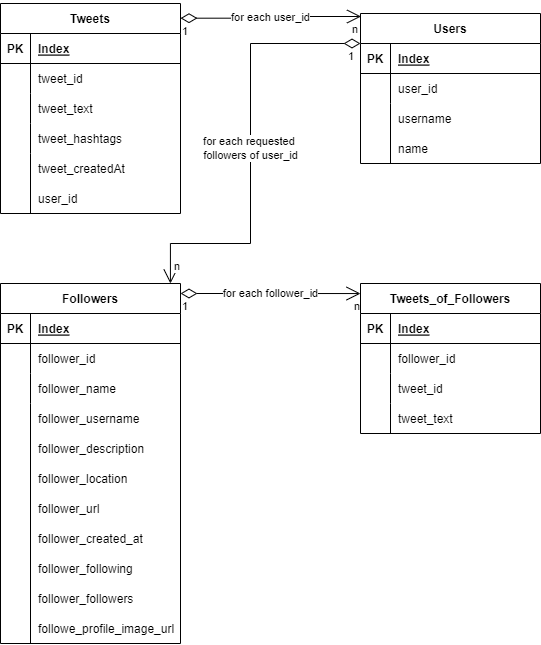
Earlier version of the draw.io export docs/DataStructures/DataStructures.png (danielgruber99/TwitterDataAnalysis). Source tidied: cells renumbered, new cells last; positions are measured from the earlier drawing's top-left corner, leaving out a move shared by most shapes. The source it was exported from:
```xml
<mxGraphModel>
  <root>
    <mxCell id="0" />
    <mxCell id="1" parent="0" />
    <mxCell id="2" value="Tweets" style="shape=table;startSize=30;rowLines=0;fontStyle=1;align=center;" parent="1" vertex="1">
      <mxGeometry width="180" height="210" as="geometry" />
    </mxCell>
    <mxCell id="3" style="shape=tableRow;horizontal=0;startSize=0;swimlaneHead=0;swimlaneBody=0;fillColor=none;top=0;left=0;right=0;bottom=1;" parent="2" vertex="1">
      <mxGeometry y="30" width="180" height="30" as="geometry" />
    </mxCell>
    <mxCell id="4" value="PK" style="shape=partialRectangle;fillColor=none;top=0;left=0;bottom=0;right=0;fontStyle=1;overflow=hidden;" parent="3" vertex="1">
      <mxGeometry width="30" height="30" as="geometry" />
    </mxCell>
    <mxCell id="5" value="Index" style="shape=partialRectangle;fillColor=none;top=0;left=0;bottom=0;right=0;align=left;spacingLeft=6;fontStyle=5;overflow=hidden;" parent="3" vertex="1">
      <mxGeometry x="30" width="150" height="30" as="geometry" />
    </mxCell>
    <mxCell id="6" style="shape=tableRow;horizontal=0;startSize=0;swimlaneHead=0;swimlaneBody=0;fillColor=none;top=0;left=0;right=0;bottom=0;" parent="2" vertex="1">
      <mxGeometry y="60" width="180" height="30" as="geometry" />
    </mxCell>
    <mxCell id="7" style="shape=partialRectangle;fillColor=none;top=0;left=0;bottom=0;right=0;overflow=hidden;" parent="6" vertex="1">
      <mxGeometry width="30" height="30" as="geometry" />
    </mxCell>
    <mxCell id="8" value="tweet_id" style="shape=partialRectangle;fillColor=none;top=0;left=0;bottom=0;right=0;align=left;spacingLeft=6;overflow=hidden;" parent="6" vertex="1">
      <mxGeometry x="30" width="150" height="30" as="geometry" />
    </mxCell>
    <mxCell id="9" style="shape=tableRow;horizontal=0;startSize=0;swimlaneHead=0;swimlaneBody=0;fillColor=none;top=0;left=0;right=0;bottom=0;" parent="2" vertex="1">
      <mxGeometry y="90" width="180" height="30" as="geometry" />
    </mxCell>
    <mxCell id="10" style="shape=partialRectangle;fillColor=none;top=0;left=0;bottom=0;right=0;overflow=hidden;" parent="9" vertex="1">
      <mxGeometry width="30" height="30" as="geometry" />
    </mxCell>
    <mxCell id="11" value="tweet_text" style="shape=partialRectangle;fillColor=none;top=0;left=0;bottom=0;right=0;align=left;spacingLeft=6;overflow=hidden;" parent="9" vertex="1">
      <mxGeometry x="30" width="150" height="30" as="geometry" />
    </mxCell>
    <mxCell id="12" style="shape=tableRow;horizontal=0;startSize=0;swimlaneHead=0;swimlaneBody=0;fillColor=none;top=0;left=0;right=0;bottom=0;" parent="2" vertex="1">
      <mxGeometry y="120" width="180" height="30" as="geometry" />
    </mxCell>
    <mxCell id="13" style="shape=partialRectangle;fillColor=none;top=0;left=0;bottom=0;right=0;overflow=hidden;" parent="12" vertex="1">
      <mxGeometry width="30" height="30" as="geometry" />
    </mxCell>
    <mxCell id="14" value="tweet_hashtags" style="shape=partialRectangle;fillColor=none;top=0;left=0;bottom=0;right=0;align=left;spacingLeft=6;overflow=hidden;" parent="12" vertex="1">
      <mxGeometry x="30" width="150" height="30" as="geometry" />
    </mxCell>
    <mxCell id="15" value="tweet_createdAt" style="shape=partialRectangle;fillColor=none;top=0;left=0;bottom=0;right=0;align=left;spacingLeft=6;overflow=hidden;" parent="1" vertex="1">
      <mxGeometry x="30" y="150" width="150" height="30" as="geometry" />
    </mxCell>
    <mxCell id="16" style="shape=partialRectangle;fillColor=none;top=0;left=0;bottom=0;right=0;overflow=hidden;" parent="1" vertex="1">
      <mxGeometry y="140" width="30" height="30" as="geometry" />
    </mxCell>
    <mxCell id="17" value="Users" style="shape=table;startSize=30;rowLines=0;fontStyle=1;align=center;" parent="1" vertex="1">
      <mxGeometry x="360" y="10" width="180" height="150" as="geometry" />
    </mxCell>
    <mxCell id="18" style="shape=tableRow;horizontal=0;startSize=0;swimlaneHead=0;swimlaneBody=0;fillColor=none;top=0;left=0;right=0;bottom=1;" parent="17" vertex="1">
      <mxGeometry y="30" width="180" height="30" as="geometry" />
    </mxCell>
    <mxCell id="19" value="PK" style="shape=partialRectangle;fillColor=none;top=0;left=0;bottom=0;right=0;fontStyle=1;overflow=hidden;" parent="18" vertex="1">
      <mxGeometry width="30" height="30" as="geometry" />
    </mxCell>
    <mxCell id="20" value="Index" style="shape=partialRectangle;fillColor=none;top=0;left=0;bottom=0;right=0;align=left;spacingLeft=6;fontStyle=5;overflow=hidden;" parent="18" vertex="1">
      <mxGeometry x="30" width="150" height="30" as="geometry" />
    </mxCell>
    <mxCell id="21" style="shape=tableRow;horizontal=0;startSize=0;swimlaneHead=0;swimlaneBody=0;fillColor=none;top=0;left=0;right=0;bottom=0;" parent="17" vertex="1">
      <mxGeometry y="60" width="180" height="30" as="geometry" />
    </mxCell>
    <mxCell id="22" style="shape=partialRectangle;fillColor=none;top=0;left=0;bottom=0;right=0;overflow=hidden;" parent="21" vertex="1">
      <mxGeometry width="30" height="30" as="geometry" />
    </mxCell>
    <mxCell id="23" value="user_id" style="shape=partialRectangle;fillColor=none;top=0;left=0;bottom=0;right=0;align=left;spacingLeft=6;overflow=hidden;" parent="21" vertex="1">
      <mxGeometry x="30" width="150" height="30" as="geometry" />
    </mxCell>
    <mxCell id="24" value="Followers" style="shape=table;startSize=30;rowLines=0;fontStyle=1;align=center;" parent="1" vertex="1">
      <mxGeometry y="280" width="180" height="360" as="geometry" />
    </mxCell>
    <mxCell id="25" style="shape=tableRow;horizontal=0;startSize=0;swimlaneHead=0;swimlaneBody=0;fillColor=none;top=0;left=0;right=0;bottom=1;" parent="24" vertex="1">
      <mxGeometry y="30" width="180" height="30" as="geometry" />
    </mxCell>
    <mxCell id="26" value="PK" style="shape=partialRectangle;fillColor=none;top=0;left=0;bottom=0;right=0;fontStyle=1;overflow=hidden;" parent="25" vertex="1">
      <mxGeometry width="30" height="30" as="geometry" />
    </mxCell>
    <mxCell id="27" value="Index" style="shape=partialRectangle;fillColor=none;top=0;left=0;bottom=0;right=0;align=left;spacingLeft=6;fontStyle=5;overflow=hidden;" parent="25" vertex="1">
      <mxGeometry x="30" width="150" height="30" as="geometry" />
    </mxCell>
    <mxCell id="28" style="shape=tableRow;horizontal=0;startSize=0;swimlaneHead=0;swimlaneBody=0;fillColor=none;top=0;left=0;right=0;bottom=0;" parent="24" vertex="1">
      <mxGeometry y="60" width="180" height="30" as="geometry" />
    </mxCell>
    <mxCell id="29" style="shape=partialRectangle;fillColor=none;top=0;left=0;bottom=0;right=0;overflow=hidden;" parent="28" vertex="1">
      <mxGeometry width="30" height="30" as="geometry" />
    </mxCell>
    <mxCell id="30" value="follower_id" style="shape=partialRectangle;fillColor=none;top=0;left=0;bottom=0;right=0;align=left;spacingLeft=6;overflow=hidden;" parent="28" vertex="1">
      <mxGeometry x="30" width="150" height="30" as="geometry" />
    </mxCell>
    <mxCell id="31" style="shape=tableRow;horizontal=0;startSize=0;swimlaneHead=0;swimlaneBody=0;fillColor=none;top=0;left=0;right=0;bottom=0;" parent="24" vertex="1">
      <mxGeometry y="90" width="180" height="30" as="geometry" />
    </mxCell>
    <mxCell id="32" style="shape=partialRectangle;fillColor=none;top=0;left=0;bottom=0;right=0;overflow=hidden;" parent="31" vertex="1">
      <mxGeometry width="30" height="30" as="geometry" />
    </mxCell>
    <mxCell id="33" value="follower_name" style="shape=partialRectangle;fillColor=none;top=0;left=0;bottom=0;right=0;align=left;spacingLeft=6;overflow=hidden;" parent="31" vertex="1">
      <mxGeometry x="30" width="150" height="30" as="geometry" />
    </mxCell>
    <mxCell id="34" value="Tweets_of_Followers" style="shape=table;startSize=30;rowLines=0;fontStyle=1;align=center;" parent="1" vertex="1">
      <mxGeometry x="360" y="280" width="180" height="150" as="geometry" />
    </mxCell>
    <mxCell id="35" style="shape=tableRow;horizontal=0;startSize=0;swimlaneHead=0;swimlaneBody=0;fillColor=none;top=0;left=0;right=0;bottom=1;" parent="34" vertex="1">
      <mxGeometry y="30" width="180" height="30" as="geometry" />
    </mxCell>
    <mxCell id="36" value="PK" style="shape=partialRectangle;fillColor=none;top=0;left=0;bottom=0;right=0;fontStyle=1;overflow=hidden;" parent="35" vertex="1">
      <mxGeometry width="30" height="30" as="geometry" />
    </mxCell>
    <mxCell id="37" value="Index" style="shape=partialRectangle;fillColor=none;top=0;left=0;bottom=0;right=0;align=left;spacingLeft=6;fontStyle=5;overflow=hidden;" parent="35" vertex="1">
      <mxGeometry x="30" width="150" height="30" as="geometry" />
    </mxCell>
    <mxCell id="38" style="shape=tableRow;horizontal=0;startSize=0;swimlaneHead=0;swimlaneBody=0;fillColor=none;top=0;left=0;right=0;bottom=0;" parent="34" vertex="1">
      <mxGeometry y="60" width="180" height="30" as="geometry" />
    </mxCell>
    <mxCell id="39" style="shape=partialRectangle;fillColor=none;top=0;left=0;bottom=0;right=0;overflow=hidden;" parent="38" vertex="1">
      <mxGeometry width="30" height="30" as="geometry" />
    </mxCell>
    <mxCell id="40" style="shape=partialRectangle;fillColor=none;top=0;left=0;bottom=0;right=0;align=left;spacingLeft=6;overflow=hidden;" parent="38" vertex="1">
      <mxGeometry x="30" width="150" height="30" as="geometry" />
    </mxCell>
    <mxCell id="41" style="shape=tableRow;horizontal=0;startSize=0;swimlaneHead=0;swimlaneBody=0;fillColor=none;top=0;left=0;right=0;bottom=0;" parent="34" vertex="1">
      <mxGeometry y="90" width="180" height="30" as="geometry" />
    </mxCell>
    <mxCell id="42" style="shape=partialRectangle;fillColor=none;top=0;left=0;bottom=0;right=0;overflow=hidden;" parent="41" vertex="1">
      <mxGeometry width="30" height="30" as="geometry" />
    </mxCell>
    <mxCell id="43" value="tweet_id" style="shape=partialRectangle;fillColor=none;top=0;left=0;bottom=0;right=0;align=left;spacingLeft=6;overflow=hidden;" parent="41" vertex="1">
      <mxGeometry x="30" width="150" height="30" as="geometry" />
    </mxCell>
    <mxCell id="44" style="shape=tableRow;horizontal=0;startSize=0;swimlaneHead=0;swimlaneBody=0;fillColor=none;top=0;left=0;right=0;bottom=0;" parent="34" vertex="1">
      <mxGeometry y="120" width="180" height="30" as="geometry" />
    </mxCell>
    <mxCell id="45" style="shape=partialRectangle;fillColor=none;top=0;left=0;bottom=0;right=0;overflow=hidden;" parent="44" vertex="1">
      <mxGeometry width="30" height="30" as="geometry" />
    </mxCell>
    <mxCell id="46" value="tweet_text" style="shape=partialRectangle;fillColor=none;top=0;left=0;bottom=0;right=0;align=left;spacingLeft=6;overflow=hidden;" parent="44" vertex="1">
      <mxGeometry x="30" width="150" height="30" as="geometry" />
    </mxCell>
    <mxCell id="47" value="follower_id" style="shape=partialRectangle;fillColor=none;top=0;left=0;bottom=0;right=0;align=left;spacingLeft=6;overflow=hidden;" parent="1" vertex="1">
      <mxGeometry x="390" y="340" width="150" height="30" as="geometry" />
    </mxCell>
    <mxCell id="48" style="endArrow=none;html=1;rounded=0;" parent="1" edge="1">
      <mxGeometry relative="1" as="geometry">
        <mxPoint x="30" y="210" as="sourcePoint" />
        <mxPoint x="30" y="150" as="targetPoint" />
      </mxGeometry>
    </mxCell>
    <mxCell id="49" value="follower_username" style="shape=partialRectangle;fillColor=none;top=0;left=0;bottom=0;right=0;align=left;spacingLeft=6;overflow=hidden;" parent="1" vertex="1">
      <mxGeometry x="30" y="400" width="150" height="30" as="geometry" />
    </mxCell>
    <mxCell id="50" style="endArrow=none;html=1;rounded=0;" parent="1" edge="1">
      <mxGeometry relative="1" as="geometry">
        <mxPoint x="30" y="640" as="sourcePoint" />
        <mxPoint x="30" y="400" as="targetPoint" />
      </mxGeometry>
    </mxCell>
    <mxCell id="51" value="follower_description" style="shape=partialRectangle;fillColor=none;top=0;left=0;bottom=0;right=0;align=left;spacingLeft=6;overflow=hidden;" parent="1" vertex="1">
      <mxGeometry x="30" y="430" width="150" height="30" as="geometry" />
    </mxCell>
    <mxCell id="52" style="endArrow=none;html=1;rounded=0;" parent="1" edge="1">
      <mxGeometry relative="1" as="geometry">
        <mxPoint x="390" y="160" as="sourcePoint" />
        <mxPoint x="390" y="100" as="targetPoint" />
      </mxGeometry>
    </mxCell>
    <mxCell id="53" value="for each user_id" style="endArrow=open;html=1;endSize=12;startArrow=diamondThin;startSize=14;startFill=0;edgeStyle=orthogonalEdgeStyle;rounded=0;entryX=0.003;entryY=0.02;entryDx=0;entryDy=0;entryPerimeter=0;exitX=1;exitY=0.07;exitDx=0;exitDy=0;exitPerimeter=0;" parent="1" edge="1" source="2" target="17">
      <mxGeometry relative="1" as="geometry" />
    </mxCell>
    <mxCell id="54" value="1" style="edgeLabel;html=1;align=left;verticalAlign=top;" parent="53" vertex="1">
      <mxGeometry x="-1" relative="1" as="geometry" />
    </mxCell>
    <mxCell id="55" value="n" style="edgeLabel;html=1;align=right;verticalAlign=top;" parent="53" vertex="1">
      <mxGeometry x="1" relative="1" as="geometry">
        <mxPoint x="-3" as="offset" />
      </mxGeometry>
    </mxCell>
    <mxCell id="56" value="for each follower_id" style="endArrow=open;html=1;endSize=12;startArrow=diamondThin;startSize=14;startFill=0;edgeStyle=orthogonalEdgeStyle;rounded=0;entryX=0;entryY=0.067;entryDx=0;entryDy=0;entryPerimeter=0;" parent="1" edge="1" target="34">
      <mxGeometry relative="1" as="geometry">
        <mxPoint x="180" y="290" as="sourcePoint" />
      </mxGeometry>
    </mxCell>
    <mxCell id="57" value="1" style="edgeLabel;html=1;align=left;verticalAlign=top;" parent="56" vertex="1">
      <mxGeometry x="-1" relative="1" as="geometry" />
    </mxCell>
    <mxCell id="58" value="n" style="edgeLabel;html=1;align=right;verticalAlign=top;" parent="56" vertex="1">
      <mxGeometry x="1" relative="1" as="geometry" />
    </mxCell>
    <mxCell id="59" value="for each requested &lt;br&gt;followers of user_id" style="endArrow=open;html=1;endSize=12;startArrow=diamondThin;startSize=14;startFill=0;edgeStyle=orthogonalEdgeStyle;rounded=0;entryX=0.944;entryY=0;entryDx=0;entryDy=0;entryPerimeter=0;" parent="1" edge="1" target="24">
      <mxGeometry relative="1" as="geometry">
        <mxPoint x="360" y="40" as="sourcePoint" />
        <Array as="points">
          <mxPoint x="360" y="40" />
          <mxPoint x="250" y="40" />
          <mxPoint x="250" y="240" />
          <mxPoint x="170" y="240" />
        </Array>
      </mxGeometry>
    </mxCell>
    <mxCell id="60" value="1" style="edgeLabel;html=1;align=left;verticalAlign=top;" parent="59" vertex="1">
      <mxGeometry x="-1" relative="1" as="geometry">
        <mxPoint x="-14" as="offset" />
      </mxGeometry>
    </mxCell>
    <mxCell id="61" value="n" style="edgeLabel;html=1;align=right;verticalAlign=top;" parent="59" vertex="1">
      <mxGeometry x="1" relative="1" as="geometry">
        <mxPoint x="10" y="-30" as="offset" />
      </mxGeometry>
    </mxCell>
    <mxCell id="62" style="shape=tableRow;horizontal=0;startSize=0;swimlaneHead=0;swimlaneBody=0;fillColor=none;top=0;left=0;right=0;bottom=0;" parent="1" vertex="1">
      <mxGeometry x="360" y="100" width="180" height="30" as="geometry" />
    </mxCell>
    <mxCell id="63" style="shape=partialRectangle;fillColor=none;top=0;left=0;bottom=0;right=0;overflow=hidden;" parent="62" vertex="1">
      <mxGeometry width="30" height="30" as="geometry" />
    </mxCell>
    <mxCell id="64" value="username" style="shape=partialRectangle;fillColor=none;top=0;left=0;bottom=0;right=0;align=left;spacingLeft=6;overflow=hidden;" parent="1" vertex="1">
      <mxGeometry x="390" y="100" width="150" height="30" as="geometry" />
    </mxCell>
    <mxCell id="65" value="name" style="shape=partialRectangle;fillColor=none;top=0;left=0;bottom=0;right=0;align=left;spacingLeft=6;overflow=hidden;" parent="1" vertex="1">
      <mxGeometry x="390" y="130" width="150" height="30" as="geometry" />
    </mxCell>
    <mxCell id="66" value="user_id" style="shape=partialRectangle;fillColor=none;top=0;left=0;bottom=0;right=0;align=left;spacingLeft=6;overflow=hidden;" parent="1" vertex="1">
      <mxGeometry x="30" y="180" width="150" height="30" as="geometry" />
    </mxCell>
    <mxCell id="67" value="follower_location" style="shape=partialRectangle;fillColor=none;top=0;left=0;bottom=0;right=0;align=left;spacingLeft=6;overflow=hidden;" parent="1" vertex="1">
      <mxGeometry x="30" y="460" width="150" height="30" as="geometry" />
    </mxCell>
    <mxCell id="68" value="follower_url" style="shape=partialRectangle;fillColor=none;top=0;left=0;bottom=0;right=0;align=left;spacingLeft=6;overflow=hidden;" parent="1" vertex="1">
      <mxGeometry x="30" y="490" width="150" height="30" as="geometry" />
    </mxCell>
    <mxCell id="69" value="follower_created_at" style="shape=partialRectangle;fillColor=none;top=0;left=0;bottom=0;right=0;align=left;spacingLeft=6;overflow=hidden;" parent="1" vertex="1">
      <mxGeometry x="30" y="520" width="150" height="30" as="geometry" />
    </mxCell>
    <mxCell id="70" value="follower_following" style="shape=partialRectangle;fillColor=none;top=0;left=0;bottom=0;right=0;align=left;spacingLeft=6;overflow=hidden;" parent="1" vertex="1">
      <mxGeometry x="30" y="550" width="150" height="30" as="geometry" />
    </mxCell>
    <mxCell id="71" value="follower_followers" style="shape=partialRectangle;fillColor=none;top=0;left=0;bottom=0;right=0;align=left;spacingLeft=6;overflow=hidden;" parent="1" vertex="1">
      <mxGeometry x="30" y="580" width="150" height="30" as="geometry" />
    </mxCell>
    <mxCell id="72" value="followe_profile_image_url" style="shape=partialRectangle;fillColor=none;top=0;left=0;bottom=0;right=0;align=left;spacingLeft=6;overflow=hidden;" parent="1" vertex="1">
      <mxGeometry x="30" y="610" width="150" height="30" as="geometry" />
    </mxCell>
  </root>
</mxGraphModel>
```
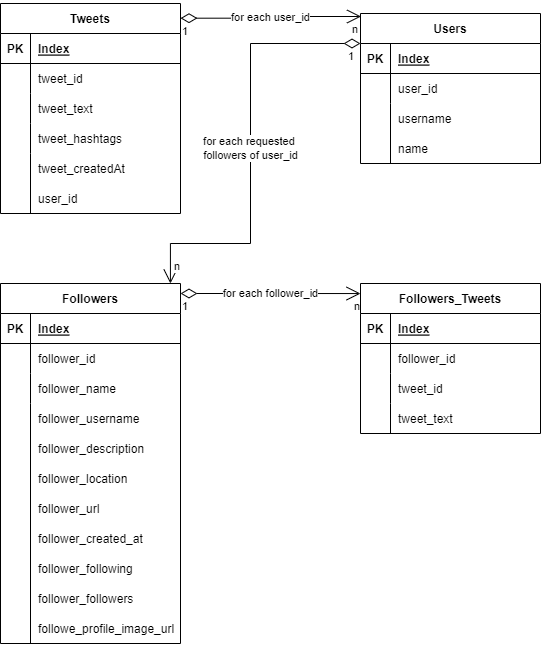
After the commit.

Commit message:
correct name of dataframe in DataStructures diagram

What changed in the source:
```diff
@@ -98,7 +98,7 @@
     <mxCell id="33" value="follower_name" style="shape=partialRectangle;fillColor=none;top=0;left=0;bottom=0;right=0;align=left;spacingLeft=6;overflow=hidden;" parent="31" vertex="1">
       <mxGeometry x="30" width="150" height="30" as="geometry" />
     </mxCell>
-    <mxCell id="34" value="Tweets_of_Followers" style="shape=table;startSize=30;rowLines=0;fontStyle=1;align=center;" parent="1" vertex="1">
+    <mxCell id="34" value="Followers_Tweets" style="shape=table;startSize=30;rowLines=0;fontStyle=1;align=center;" parent="1" vertex="1">
       <mxGeometry x="360" y="280" width="180" height="150" as="geometry" />
     </mxCell>
     <mxCell id="35" style="shape=tableRow;horizontal=0;startSize=0;swimlaneHead=0;swimlaneBody=0;fillColor=none;top=0;left=0;right=0;bottom=1;" parent="34" vertex="1">
```
